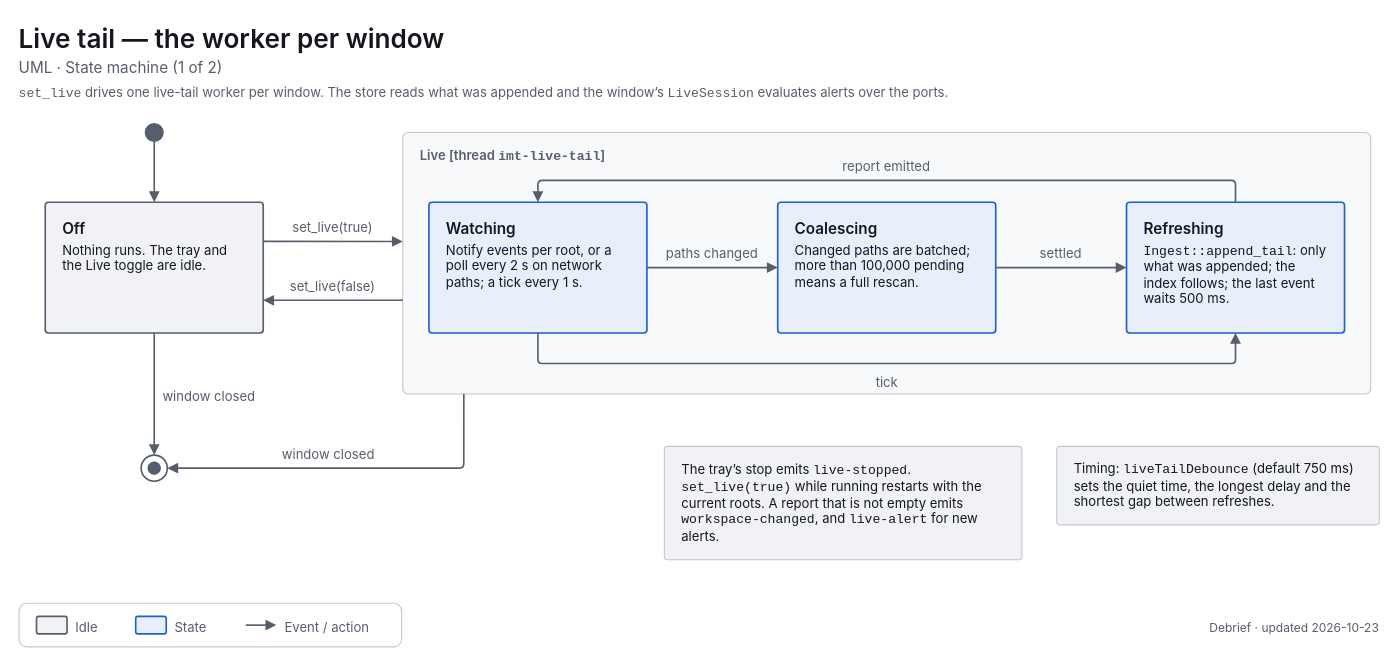
Before: docs/diagrams/uml-state-live-tail.drawio in decryp7/integrated_maintenance_tool, a draw.io diagram. Source tidied: cells renumbered, new cells numbered last; positions are measured from the earlier drawing's top-left corner, leaving out a move shared by most shapes. Both pictures are drawn from the tidied source at 109%, with x=0, y=0 at pixel (19, 19).
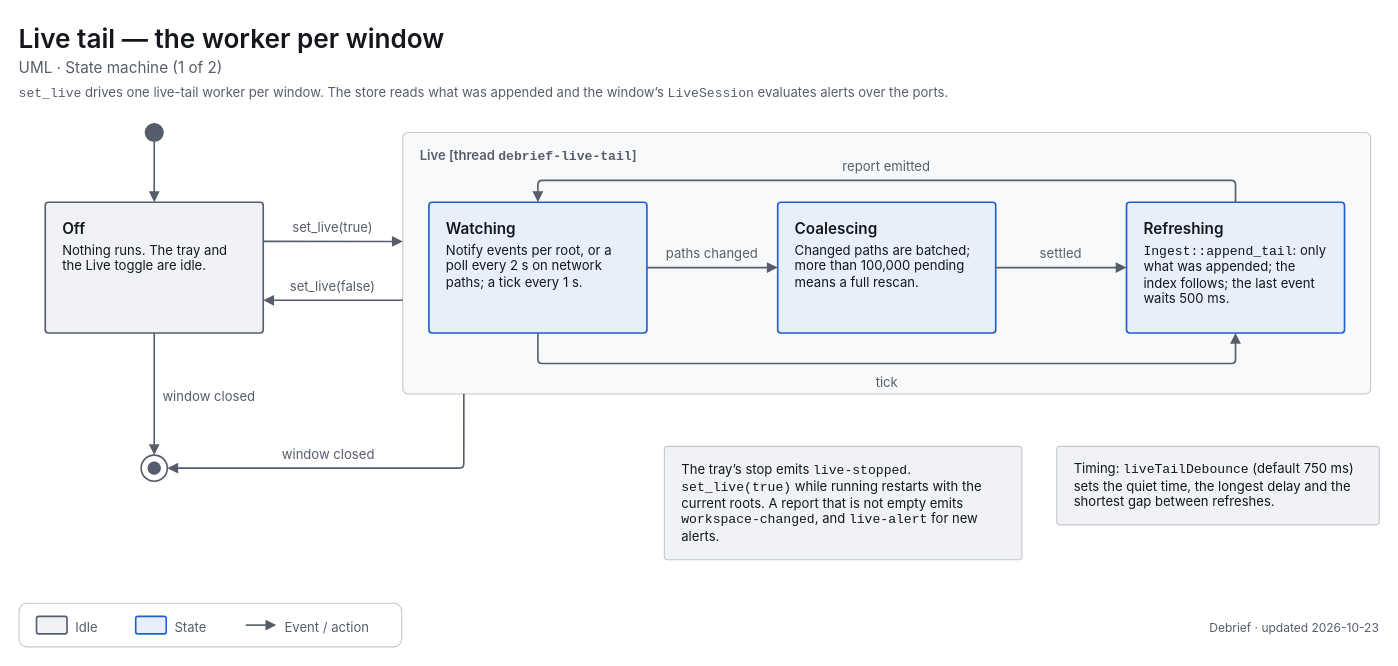
The same page after the edit.

The edit, as a diff of the source:
```diff
@@
-    <mxCell id="7" value="&lt;span style=&quot;font-size:12px;font-weight:600&quot;&gt;Live [thread &lt;span style=&quot;font-family:ui-monospace,SF Mono,Cascadia Mono,Consolas,monospace;white-space:nowrap&quot;&gt;imt-live-tail&lt;/span&gt;]&lt;/span&gt;" style="html=1;whiteSpace=wrap;fontFamily=-apple-system,BlinkMacSystemFont,Segoe UI,system-ui,sans-serif;fontSize=12;fontColor=light-dark(#14171C,#ECEEF1);rounded=1;absoluteArcSize=1;arcSize=10;strokeWidth=1;strokeColor=light-dark(#C4C7CD,#353A42);fillColor=light-dark(#F8F9FA,#121418);align=left;verticalAlign=top;spacingLeft=14;spacingTop=8;fontColor=light-dark(#565E6B,#A0A7B2);" parent="1" vertex="1">
+    <mxCell id="7" value="&lt;span style=&quot;font-size:12px;font-weight:600&quot;&gt;Live [thread &lt;span style=&quot;font-family:ui-monospace,SF Mono,Cascadia Mono,Consolas,monospace;white-space:nowrap&quot;&gt;debrief-live-tail&lt;/span&gt;]&lt;/span&gt;" style="html=1;whiteSpace=wrap;fontFamily=-apple-system,BlinkMacSystemFont,Segoe UI,system-ui,sans-serif;fontSize=12;fontColor=light-dark(#14171C,#ECEEF1);rounded=1;absoluteArcSize=1;arcSize=10;strokeWidth=1;strokeColor=light-dark(#C4C7CD,#353A42);fillColor=light-dark(#F8F9FA,#121418);align=left;verticalAlign=top;spacingLeft=14;spacingTop=8;fontColor=light-dark(#565E6B,#A0A7B2);" parent="1" vertex="1">
       <mxGeometry x="352" y="104" width="888" height="240" as="geometry" />
     </mxCell>
```
